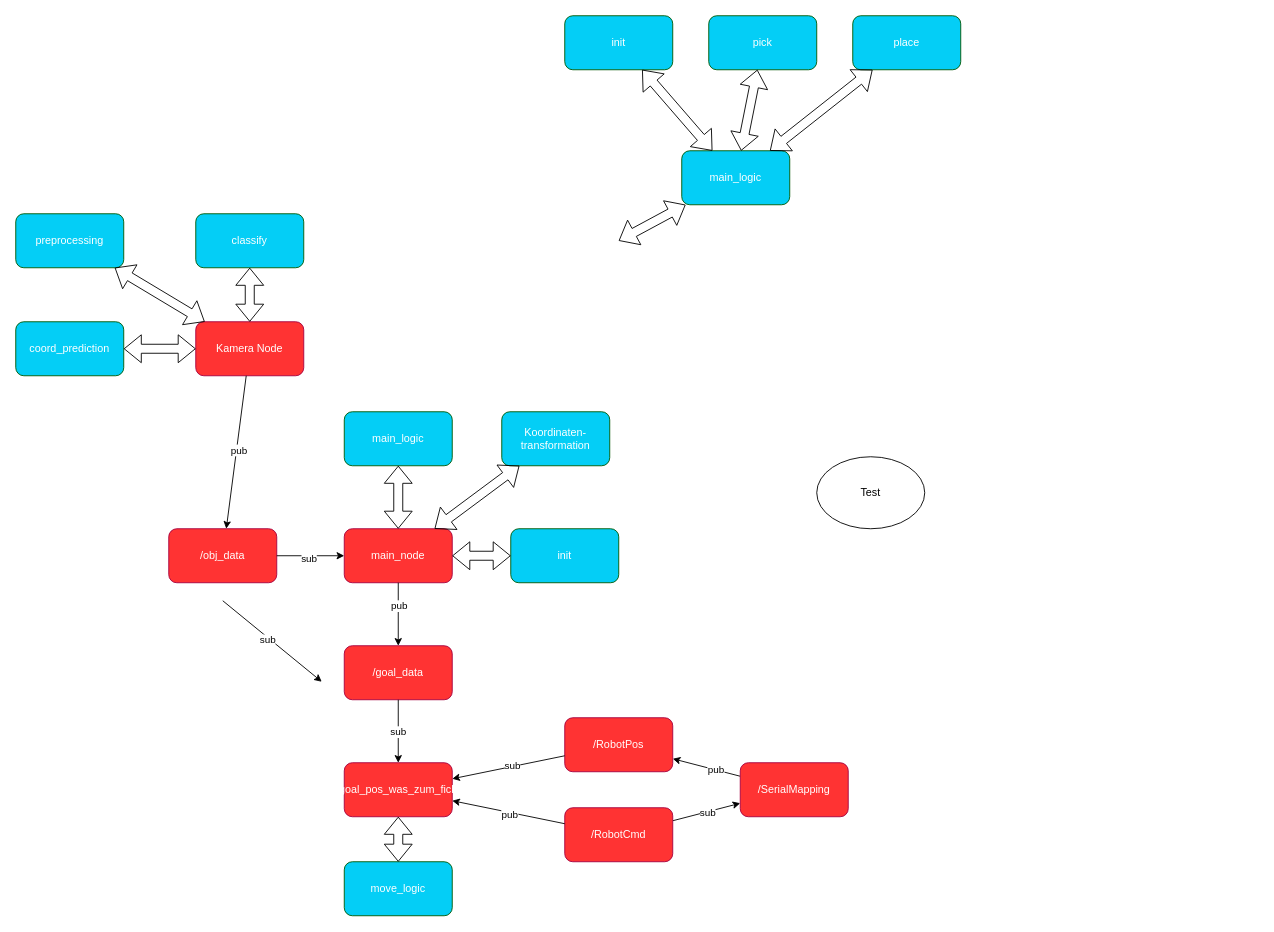
Earlier version of the draw.io diagram AA_Software_Architektur/SW_architecture_simple.drawio (ibinsandig/Portal-zur-Exmatrikulation). Source tidied: cells renumbered, new cells numbered last; positions are measured from the earlier drawing's top-left corner, leaving out a move shared by most shapes. Both pictures are drawn from the tidied source at 90%, with x=0, y=0 at pixel (15, 15).
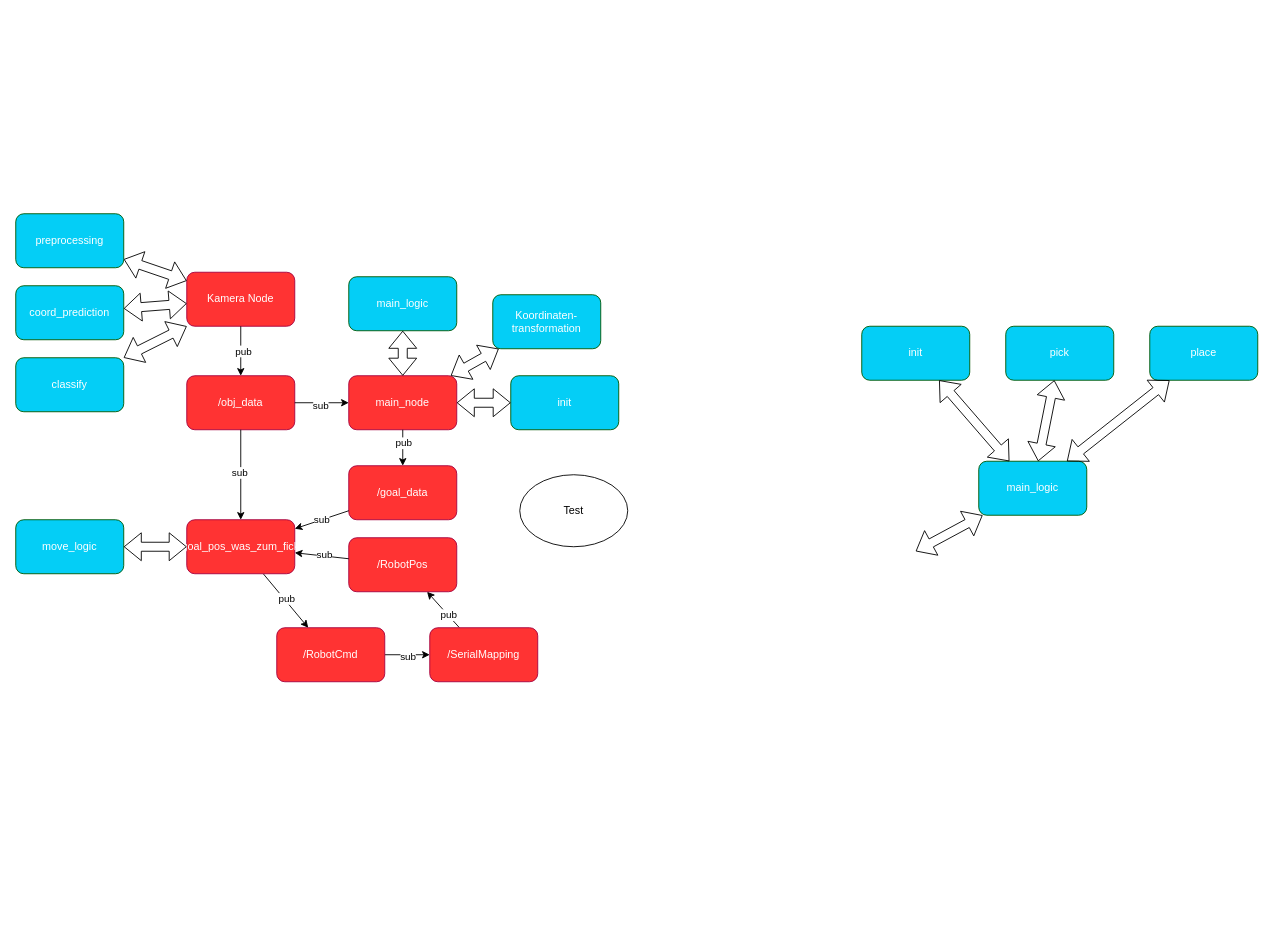
Above is the later version.

Diff of the diagram source:
```diff
@@
     <mxCell id="2" value="Kamera Node" style="rounded=1;whiteSpace=wrap;html=1;fillColor=#FF3333;fontColor=#ffffff;strokeColor=#A50040;" parent="1" vertex="1">
-      <mxGeometry x="200" y="340" width="120" height="60" as="geometry" />
+      <mxGeometry x="190" y="285" width="120" height="60" as="geometry" />
     </mxCell>
@@
     <mxCell id="4" value="classify" style="rounded=1;whiteSpace=wrap;html=1;fillColor=light-dark(#04cef6, #43ba43);fontColor=#ffffff;strokeColor=#005700;" parent="1" vertex="1">
-      <mxGeometry x="200" y="220" width="120" height="60" as="geometry" />
+      <mxGeometry y="380" width="120" height="60" as="geometry" />
     </mxCell>
     <mxCell id="5" value="coord_prediction" style="rounded=1;whiteSpace=wrap;html=1;fillColor=light-dark(#04cef6, #43ba43);fontColor=#ffffff;strokeColor=#005700;" parent="1" vertex="1">
-      <mxGeometry y="340" width="120" height="60" as="geometry" />
+      <mxGeometry y="300" width="120" height="60" as="geometry" />
     </mxCell>
@@
     <mxCell id="9" value="/obj_data" style="rounded=1;whiteSpace=wrap;html=1;fillColor=#FF3333;fontColor=#ffffff;strokeColor=#A50040;" parent="1" vertex="1">
-      <mxGeometry x="170" y="570" width="120" height="60" as="geometry" />
+      <mxGeometry x="190" y="400" width="120" height="60" as="geometry" />
     </mxCell>
@@
     <mxCell id="12" value="main_node" style="rounded=1;whiteSpace=wrap;html=1;fillColor=#FF3333;fontColor=#ffffff;strokeColor=#A50040;" parent="1" vertex="1">
-      <mxGeometry x="365" y="570" width="120" height="60" as="geometry" />
+      <mxGeometry x="370" y="400" width="120" height="60" as="geometry" />
     </mxCell>
@@
     <mxCell id="15" value="main_logic" style="rounded=1;whiteSpace=wrap;html=1;fillColor=light-dark(#04cef6, #43ba43);fontColor=#ffffff;strokeColor=#005700;" parent="1" vertex="1">
-      <mxGeometry x="740" y="150" width="120" height="60" as="geometry" />
+      <mxGeometry x="1070" y="495" width="120" height="60" as="geometry" />
     </mxCell>
     <mxCell id="16" value="pick" style="rounded=1;whiteSpace=wrap;html=1;fillColor=light-dark(#04cef6, #43ba43);fontColor=#ffffff;strokeColor=#005700;" parent="1" vertex="1">
-      <mxGeometry x="770" width="120" height="60" as="geometry" />
+      <mxGeometry x="1100" y="345" width="120" height="60" as="geometry" />
     </mxCell>
     <mxCell id="17" value="place" style="rounded=1;whiteSpace=wrap;html=1;fillColor=light-dark(#04cef6, #43ba43);fontColor=#ffffff;strokeColor=#005700;" parent="1" vertex="1">
-      <mxGeometry x="930" width="120" height="60" as="geometry" />
+      <mxGeometry x="1260" y="345" width="120" height="60" as="geometry" />
     </mxCell>
     <mxCell id="18" value="init" style="rounded=1;whiteSpace=wrap;html=1;fillColor=light-dark(#04cef6, #43ba43);fontColor=#ffffff;strokeColor=#005700;" parent="1" vertex="1">
-      <mxGeometry x="610" width="120" height="60" as="geometry" />
+      <mxGeometry x="940" y="345" width="120" height="60" as="geometry" />
     </mxCell>
@@
     <mxCell id="22" style="shape=flexArrow;endArrow=classic;startArrow=classic;html=1;" parent="1" edge="1" target="15">
       <mxGeometry relative="1" as="geometry">
-        <mxPoint x="670" y="250" as="sourcePoint" />
+        <mxPoint x="1000" y="595" as="sourcePoint" />
       </mxGeometry>
     </mxCell>
-    <mxCell id="23" style="edgeStyle=none;html=1;entryX=0;entryY=0.75;entryDx=0;entryDy=0;" parent="1" edge="1" source="25" target="28">
+    <mxCell id="23" style="edgeStyle=none;html=1;" parent="1" edge="1" source="25" target="28">
       <mxGeometry relative="1" as="geometry" />
     </mxCell>
@@
     <mxCell id="25" value="/RobotCmd" style="rounded=1;whiteSpace=wrap;html=1;fillColor=#FF3333;fontColor=#ffffff;strokeColor=#A50040;" parent="1" vertex="1">
-      <mxGeometry x="610" y="880" width="120" height="60" as="geometry" />
+      <mxGeometry x="290" y="680" width="120" height="60" as="geometry" />
     </mxCell>
-    <mxCell id="26" style="edgeStyle=none;html=1;exitX=0;exitY=0.25;exitDx=0;exitDy=0;" parent="1" edge="1" source="28" target="29">
+    <mxCell id="26" style="edgeStyle=none;html=1;" parent="1" edge="1" source="28" target="29">
       <mxGeometry relative="1" as="geometry" />
     </mxCell>
@@
     <mxCell id="28" value="/SerialMapping" style="rounded=1;whiteSpace=wrap;html=1;fillColor=#FF3333;fontColor=#ffffff;strokeColor=#A50040;" parent="1" vertex="1">
-      <mxGeometry x="805" y="830" width="120" height="60" as="geometry" />
+      <mxGeometry x="460" y="680" width="120" height="60" as="geometry" />
     </mxCell>
     <mxCell id="29" value="/RobotPos" style="rounded=1;whiteSpace=wrap;html=1;fillColor=#FF3333;fontColor=#ffffff;strokeColor=#A50040;" parent="1" vertex="1">
-      <mxGeometry x="610" y="780" width="120" height="60" as="geometry" />
+      <mxGeometry x="370" y="580" width="120" height="60" as="geometry" />
     </mxCell>
     <mxCell id="30" value="Test" style="ellipse;whiteSpace=wrap;html=1;" parent="1" vertex="1">
-      <mxGeometry x="890" y="490" width="120" height="80" as="geometry" />
+      <mxGeometry x="560" y="510" width="120" height="80" as="geometry" />
     </mxCell>
-    <mxCell id="31" style="endArrow=classic;html=1;" parent="1" edge="1" source="29">
-      <mxGeometry relative="1" as="geometry">
-        <mxPoint x="485" y="847.8" as="targetPoint" />
-      </mxGeometry>
+    <mxCell id="31" style="endArrow=classic;html=1;" parent="1" edge="1" source="29" target="38">
+      <mxGeometry relative="1" as="geometry" />
     </mxCell>
@@
-    <mxCell id="33" style="edgeStyle=none;html=1;" parent="1" edge="1" source="25">
-      <mxGeometry relative="1" as="geometry">
-        <mxPoint x="485" y="872.2" as="targetPoint" />
-      </mxGeometry>
+    <mxCell id="33" style="edgeStyle=none;html=1;" parent="1" edge="1" source="38" target="25">
+      <mxGeometry relative="1" as="geometry" />
     </mxCell>
@@
     <mxCell id="35" value="main_logic" style="rounded=1;whiteSpace=wrap;html=1;fillColor=light-dark(#04cef6, #43ba43);fontColor=#ffffff;strokeColor=#005700;" parent="1" vertex="1">
-      <mxGeometry x="365" y="440" width="120" height="60" as="geometry" />
+      <mxGeometry x="370" y="290" width="120" height="60" as="geometry" />
     </mxCell>
@@
     <mxCell id="37" value="/goal_data" style="rounded=1;whiteSpace=wrap;html=1;fillColor=#FF3333;fontColor=#ffffff;strokeColor=#A50040;" parent="1" vertex="1">
-      <mxGeometry x="365" y="700" width="120" height="60" as="geometry" />
+      <mxGeometry x="370" y="500" width="120" height="60" as="geometry" />
     </mxCell>
     <mxCell id="38" value="goal_pos_was_zum_fick" style="rounded=1;whiteSpace=wrap;html=1;fillColor=#FF3333;fontColor=#ffffff;strokeColor=#A50040;" parent="1" vertex="1">
-      <mxGeometry x="365" y="830" width="120" height="60" as="geometry" />
+      <mxGeometry x="190" y="560" width="120" height="60" as="geometry" />
     </mxCell>
     <mxCell id="39" value="move_logic" style="rounded=1;whiteSpace=wrap;html=1;fillColor=light-dark(#04cef6, #43ba43);fontColor=#ffffff;strokeColor=#005700;" parent="1" vertex="1">
-      <mxGeometry x="365" y="940" width="120" height="60" as="geometry" />
+      <mxGeometry y="560" width="120" height="60" as="geometry" />
     </mxCell>
@@
-    <mxCell id="45" style="endArrow=classic;html=1;" parent="1" edge="1">
-      <mxGeometry relative="1" as="geometry">
-        <mxPoint x="230" y="650" as="sourcePoint" />
-        <mxPoint x="340" y="740" as="targetPoint" />
-      </mxGeometry>
+    <mxCell id="45" style="endArrow=classic;html=1;" parent="1" edge="1" source="9" target="38">
+      <mxGeometry relative="1" as="geometry" />
     </mxCell>
@@
     <mxCell id="47" value="Koordinaten-&lt;div&gt;transformation&lt;/div&gt;" style="rounded=1;whiteSpace=wrap;html=1;fillColor=light-dark(#04cef6, #43ba43);fontColor=#ffffff;strokeColor=#005700;" parent="1" vertex="1">
-      <mxGeometry x="540" y="440" width="120" height="60" as="geometry" />
+      <mxGeometry x="530" y="310" width="120" height="60" as="geometry" />
     </mxCell>
     <mxCell id="48" value="init" style="rounded=1;whiteSpace=wrap;html=1;fillColor=light-dark(#04cef6, #43ba43);fontColor=#ffffff;strokeColor=#005700;" parent="1" vertex="1">
-      <mxGeometry x="550" y="570" width="120" height="60" as="geometry" />
+      <mxGeometry x="550" y="400" width="120" height="60" as="geometry" />
     </mxCell>
```
